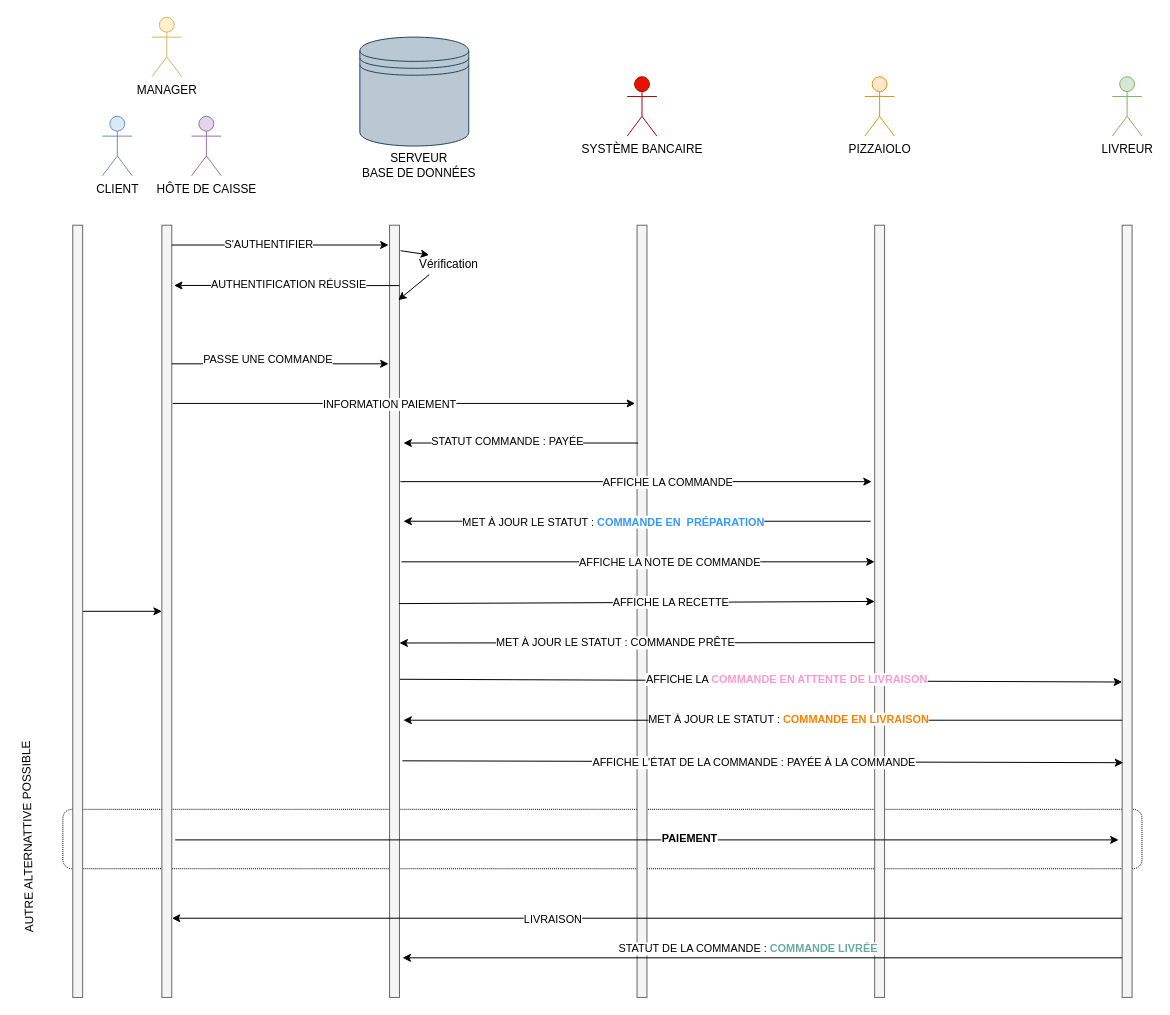
Above: Client/Modif/Untitled Diagram.drawio in OMorlotti/P4-analyser-les-besoin-de-mon-client-pour-son-groupe-de-pizzerias (draw.io), before the change. Source tidied: cells renumbered, new cells numbered last; positions are measured from the earlier drawing's top-left corner, leaving out a move shared by most shapes. Both pictures are drawn from the tidied source at 99%, with x=0, y=0 at pixel (-76, 17).
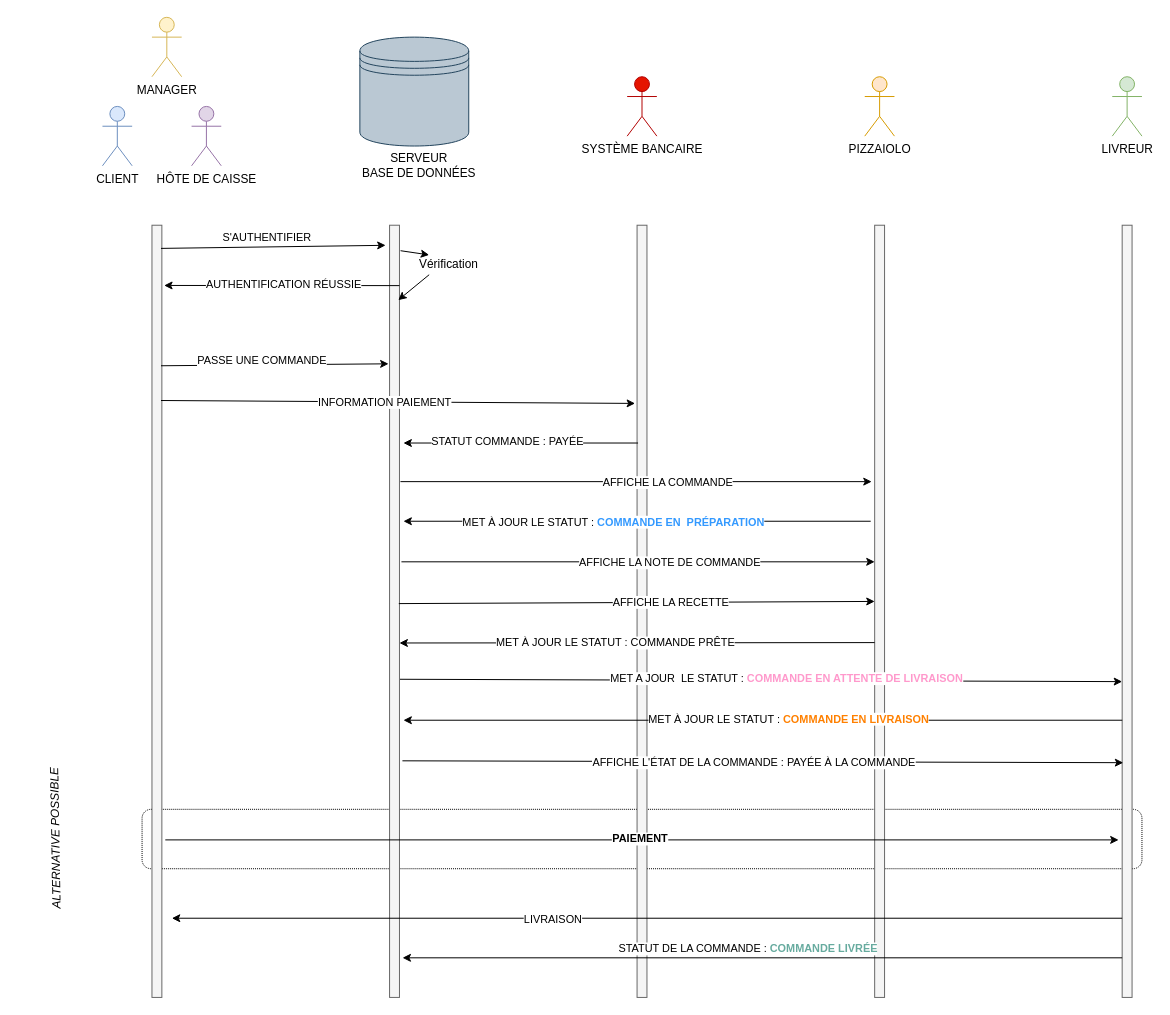
Above is the later version.

Unchanged cells that the change refers to:
```xml
<mxCell id="9" style="rounded=0;whiteSpace=wrap;html=1;fillColor=#f5f5f5;strokeColor=#666666;fontColor=#333333;" parent="1" vertex="1">
  <mxGeometry x="470" y="210" width="10" height="780" as="geometry" />
</mxCell>
<mxCell id="48" style="endArrow=classic;html=1;entryX=-0.359;entryY=0.796;entryDx=0;entryDy=0;entryPerimeter=0;exitX=1.347;exitY=0.796;exitDx=0;exitDy=0;exitPerimeter=0;" parent="1" edge="1" source="7" target="17">
  <mxGeometry relative="1" as="geometry" />
</mxCell>
```

Diff of the diagram source:
```diff
@@
     <mxCell id="2" style="rounded=1;whiteSpace=wrap;html=1;fillColor=none;dashed=1;dashPattern=1 1;" parent="1" vertex="1">
-      <mxGeometry x="140" y="800" width="1090" height="60" as="geometry" />
+      <mxGeometry x="220" y="800" width="1010" height="60" as="geometry" />
     </mxCell>
@@
     <mxCell id="4" value="CLIENT" style="shape=umlActor;verticalLabelPosition=bottom;labelBackgroundColor=#ffffff;verticalAlign=top;html=1;fillColor=#dae8fc;strokeColor=#6c8ebf;" parent="1" vertex="1">
-      <mxGeometry x="180" y="100" width="30" height="60" as="geometry" />
+      <mxGeometry x="180" y="90" width="30" height="60" as="geometry" />
     </mxCell>
     <mxCell id="5" value="HÔTE DE CAISSE" style="shape=umlActor;verticalLabelPosition=bottom;labelBackgroundColor=#ffffff;verticalAlign=top;html=1;fillColor=#e1d5e7;strokeColor=#9673a6;" parent="1" vertex="1">
-      <mxGeometry x="270" y="100" width="30" height="60" as="geometry" />
+      <mxGeometry x="270" y="90" width="30" height="60" as="geometry" />
     </mxCell>
-    <mxCell id="6" style="edgeStyle=orthogonalEdgeStyle;rounded=0;jettySize=auto;html=1;startArrow=classic;startFill=1;endArrow=none;endFill=0;" parent="1" edge="1" source="7" target="8">
-      <mxGeometry relative="1" as="geometry" />
-    </mxCell>
     <mxCell id="7" style="rounded=0;whiteSpace=wrap;html=1;fillColor=#f5f5f5;strokeColor=#666666;fontColor=#333333;" parent="1" vertex="1">
-      <mxGeometry x="240" y="210" width="10" height="780" as="geometry" />
+      <mxGeometry x="230" y="210" width="10" height="780" as="geometry" />
     </mxCell>
-    <mxCell id="8" style="rounded=0;whiteSpace=wrap;html=1;fillColor=#f5f5f5;strokeColor=#666666;fontColor=#333333;" parent="1" vertex="1">
-      <mxGeometry x="150" y="210" width="10" height="780" as="geometry" />
-    </mxCell>
@@
-    <mxCell id="18" style="endArrow=classic;html=1;" parent="1" edge="1">
-      <mxGeometry relative="1" as="geometry">
-        <mxPoint x="250" y="230" as="sourcePoint" />
-        <mxPoint x="469" y="230" as="targetPoint" />
-      </mxGeometry>
+    <mxCell id="18" style="endArrow=classic;html=1;exitX=0.914;exitY=0.03;exitDx=0;exitDy=0;exitPerimeter=0;entryX=-0.4;entryY=0.026;entryDx=0;entryDy=0;entryPerimeter=0;" parent="1" edge="1" source="7" target="9">
+      <mxGeometry relative="1" as="geometry" />
     </mxCell>
     <mxCell id="19" value="S'AUTHENTIFIER" style="edgeLabel;html=1;align=center;verticalAlign=middle;" parent="18" vertex="1">
-      <mxGeometry x="-0.11" y="1" relative="1" as="geometry" />
+      <mxGeometry x="-0.11" y="1" relative="1" as="geometry">
+        <mxPoint x="5" y="-9.2" as="offset" />
+      </mxGeometry>
     </mxCell>
@@
-    <mxCell id="25" style="endArrow=classic;html=1;" parent="1" edge="1">
+    <mxCell id="25" style="endArrow=classic;html=1;exitX=0.914;exitY=0.182;exitDx=0;exitDy=0;exitPerimeter=0;" parent="1" edge="1" source="7">
       <mxGeometry relative="1" as="geometry">
-        <mxPoint x="250" y="350" as="sourcePoint" />
         <mxPoint x="469" y="350" as="targetPoint" />
       </mxGeometry>
     </mxCell>
@@
-    <mxCell id="27" style="endArrow=classic;html=1;" parent="1" edge="1">
+    <mxCell id="27" style="endArrow=classic;html=1;exitX=0.914;exitY=0.227;exitDx=0;exitDy=0;exitPerimeter=0;" parent="1" edge="1" source="7">
       <mxGeometry relative="1" as="geometry">
-        <mxPoint x="251" y="390" as="sourcePoint" />
         <mxPoint x="718" y="390" as="targetPoint" />
       </mxGeometry>
     </mxCell>
@@
-    <mxCell id="41" style="endArrow=classic;html=1;entryX=-0.594;entryY=0.772;entryDx=0;entryDy=0;entryPerimeter=0;exitX=1.053;exitY=0.588;exitDx=0;exitDy=0;exitPerimeter=0;" parent="1" edge="1" source="9">
+    <mxCell id="41" style="endArrow=classic;html=1;exitX=1.053;exitY=0.588;exitDx=0;exitDy=0;exitPerimeter=0;endFill=1;startArrow=none;startFill=0;" parent="1" edge="1" source="9">
       <mxGeometry relative="1" as="geometry">
-        <mxPoint x="1210" y="671.4" as="targetPoint" />
+        <mxPoint x="1210" y="671" as="targetPoint" />
       </mxGeometry>
     </mxCell>
-    <mxCell id="42" value="AFFICHE LA &lt;font color=&quot;#ff99cc&quot;&gt;&lt;b&gt;COMMANDE EN ATTENTE DE LIVRAISON&lt;/b&gt;&lt;/font&gt;" style="edgeLabel;html=1;align=center;verticalAlign=middle;" parent="41" vertex="1">
+    <mxCell id="42" value="MET A JOUR&amp;nbsp; LE STATUT : &lt;font color=&quot;#ff99cc&quot;&gt;&lt;b&gt;COMMANDE EN ATTENTE DE LIVRAISON&lt;/b&gt;&lt;/font&gt;" style="edgeLabel;html=1;align=center;verticalAlign=middle;" parent="41" vertex="1">
       <mxGeometry x="0.07" y="2" relative="1" as="geometry" />
     </mxCell>
@@
-    <mxCell id="47" value="&amp;nbsp;AUTRE ALTERNATTIVE POSSIBLE" style="text;html=1;align=center;verticalAlign=middle;rotation=-91;" parent="1" vertex="1">
-      <mxGeometry y="820" width="210" height="20" as="geometry" />
+    <mxCell id="47" value="&lt;i&gt;&lt;br&gt;ALTERNATIVE POSSIBLE&lt;/i&gt;" style="text;html=1;align=center;verticalAlign=middle;rotation=-91;" parent="1" vertex="1">
+      <mxGeometry x="45" y="815" width="160" height="30" as="geometry" />
     </mxCell>
@@
     <mxCell id="49" value="&lt;b&gt;PAIEMENT&lt;/b&gt;" style="edgeLabel;html=1;align=center;verticalAlign=middle;" parent="48" vertex="1">
-      <mxGeometry x="0.09" y="1" relative="1" as="geometry" />
+      <mxGeometry x="0.09" y="1" relative="1" as="geometry">
+        <mxPoint x="-45.6" y="0.1" as="offset" />
+      </mxGeometry>
     </mxCell>
```
